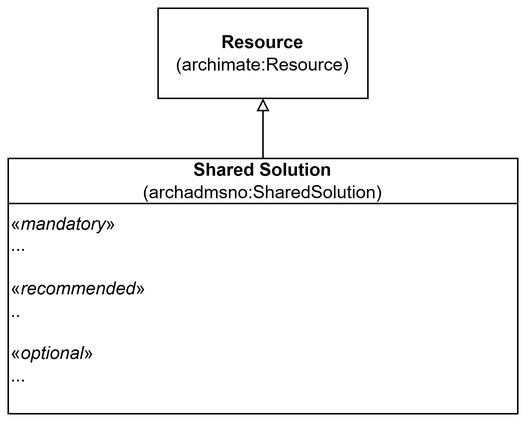
Earlier version of the draw.io export archadms-ap-no/docs/images/KlassenSharedSolution.png (jimjyang/playground). Source tidied: cells renumbered, new cells last; positions are measured from the earlier drawing's top-left corner, leaving out a move shared by most shapes. The source it was exported from:
```xml
<mxGraphModel>
  <root>
    <mxCell id="0" />
    <mxCell id="1" parent="0" />
    <mxCell id="2" value="Shared Solution&lt;br&gt;&lt;div&gt;&lt;span style=&quot;font-weight: normal;&quot;&gt;(&lt;/span&gt;&lt;span style=&quot;font-weight: 400;&quot;&gt;archadmsno&lt;/span&gt;&lt;span style=&quot;font-weight: normal;&quot;&gt;:SharedSolution)&lt;/span&gt;&lt;/div&gt;" style="swimlane;whiteSpace=wrap;html=1;startSize=30;" parent="1" vertex="1">
      <mxGeometry y="100" width="340" height="170" as="geometry" />
    </mxCell>
    <mxCell id="3" value="&lt;div&gt;«&lt;i&gt;mandatory&lt;/i&gt;»&lt;/div&gt;&lt;div&gt;...&lt;/div&gt;&lt;div&gt;&lt;br&gt;&lt;/div&gt;&lt;div&gt;«&lt;i&gt;recommended&lt;/i&gt;»&lt;/div&gt;&lt;div&gt;&lt;span style=&quot;background-color: transparent; color: light-dark(rgb(0, 0, 0), rgb(255, 255, 255));&quot;&gt;..&lt;/span&gt;&lt;/div&gt;&lt;div&gt;&lt;br&gt;&lt;/div&gt;&lt;div&gt;«&lt;i&gt;optional&lt;/i&gt;»&lt;/div&gt;&lt;div&gt;&lt;span style=&quot;background-color: transparent; color: light-dark(rgb(0, 0, 0), rgb(255, 255, 255));&quot;&gt;...&lt;/span&gt;&lt;/div&gt;" style="text;html=1;whiteSpace=wrap;strokeColor=none;fillColor=none;align=left;verticalAlign=top;rounded=0;" parent="2" vertex="1">
      <mxGeometry y="30" width="320" height="140" as="geometry" />
    </mxCell>
    <mxCell id="4" style="endArrow=block;html=1;rounded=0;entryX=0.5;entryY=1;entryDx=0;entryDy=0;exitX=0.5;exitY=0;exitDx=0;exitDy=0;endFill=0;" parent="1" edge="1" source="2" target="5">
      <mxGeometry relative="1" as="geometry" />
    </mxCell>
    <mxCell id="5" value="&lt;b&gt;Resource&lt;/b&gt;&lt;div&gt;(archimate:Resource)&lt;/div&gt;" style="rounded=0;whiteSpace=wrap;html=1;" parent="1" vertex="1">
      <mxGeometry x="100" width="140" height="60" as="geometry" />
    </mxCell>
  </root>
</mxGraphModel>
```
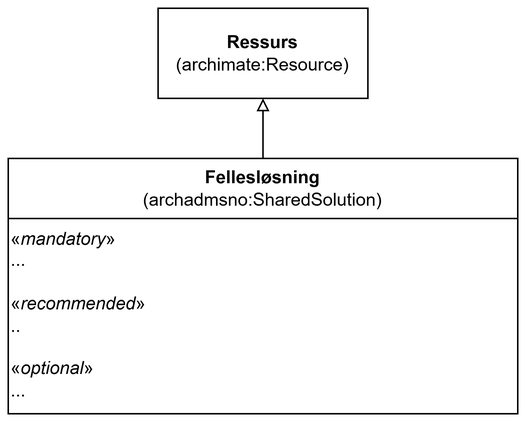
The same file after the commit.

The edit, as a diff of the source:
```diff
@@ -2,16 +2,16 @@
   <root>
     <mxCell id="0" />
     <mxCell id="1" parent="0" />
-    <mxCell id="2" value="Shared Solution&lt;br&gt;&lt;div&gt;&lt;span style=&quot;font-weight: normal;&quot;&gt;(&lt;/span&gt;&lt;span style=&quot;font-weight: 400;&quot;&gt;archadmsno&lt;/span&gt;&lt;span style=&quot;font-weight: normal;&quot;&gt;:SharedSolution)&lt;/span&gt;&lt;/div&gt;" style="swimlane;whiteSpace=wrap;html=1;startSize=30;" parent="1" vertex="1">
+    <mxCell id="2" value="&lt;div&gt;Fellesløsning&lt;/div&gt;&lt;div&gt;&lt;span style=&quot;font-weight: normal;&quot;&gt;(&lt;/span&gt;&lt;span style=&quot;font-weight: 400;&quot;&gt;archadmsno&lt;/span&gt;&lt;span style=&quot;font-weight: normal;&quot;&gt;:SharedSolution)&lt;/span&gt;&lt;/div&gt;" style="swimlane;whiteSpace=wrap;html=1;startSize=40;" parent="1" vertex="1">
       <mxGeometry y="100" width="340" height="170" as="geometry" />
     </mxCell>
     <mxCell id="3" value="&lt;div&gt;«&lt;i&gt;mandatory&lt;/i&gt;»&lt;/div&gt;&lt;div&gt;...&lt;/div&gt;&lt;div&gt;&lt;br&gt;&lt;/div&gt;&lt;div&gt;«&lt;i&gt;recommended&lt;/i&gt;»&lt;/div&gt;&lt;div&gt;&lt;span style=&quot;background-color: transparent; color: light-dark(rgb(0, 0, 0), rgb(255, 255, 255));&quot;&gt;..&lt;/span&gt;&lt;/div&gt;&lt;div&gt;&lt;br&gt;&lt;/div&gt;&lt;div&gt;«&lt;i&gt;optional&lt;/i&gt;»&lt;/div&gt;&lt;div&gt;&lt;span style=&quot;background-color: transparent; color: light-dark(rgb(0, 0, 0), rgb(255, 255, 255));&quot;&gt;...&lt;/span&gt;&lt;/div&gt;" style="text;html=1;whiteSpace=wrap;strokeColor=none;fillColor=none;align=left;verticalAlign=top;rounded=0;" parent="2" vertex="1">
-      <mxGeometry y="30" width="320" height="140" as="geometry" />
+      <mxGeometry y="40" width="320" height="130" as="geometry" />
     </mxCell>
     <mxCell id="4" style="endArrow=block;html=1;rounded=0;entryX=0.5;entryY=1;entryDx=0;entryDy=0;exitX=0.5;exitY=0;exitDx=0;exitDy=0;endFill=0;" parent="1" edge="1" source="2" target="5">
       <mxGeometry relative="1" as="geometry" />
     </mxCell>
-    <mxCell id="5" value="&lt;b&gt;Resource&lt;/b&gt;&lt;div&gt;(archimate:Resource)&lt;/div&gt;" style="rounded=0;whiteSpace=wrap;html=1;" parent="1" vertex="1">
+    <mxCell id="5" value="&lt;b&gt;Ressurs&lt;/b&gt;&lt;div&gt;(archimate:Resource)&lt;/div&gt;" style="rounded=0;whiteSpace=wrap;html=1;" parent="1" vertex="1">
       <mxGeometry x="100" width="140" height="60" as="geometry" />
     </mxCell>
   </root>
```
